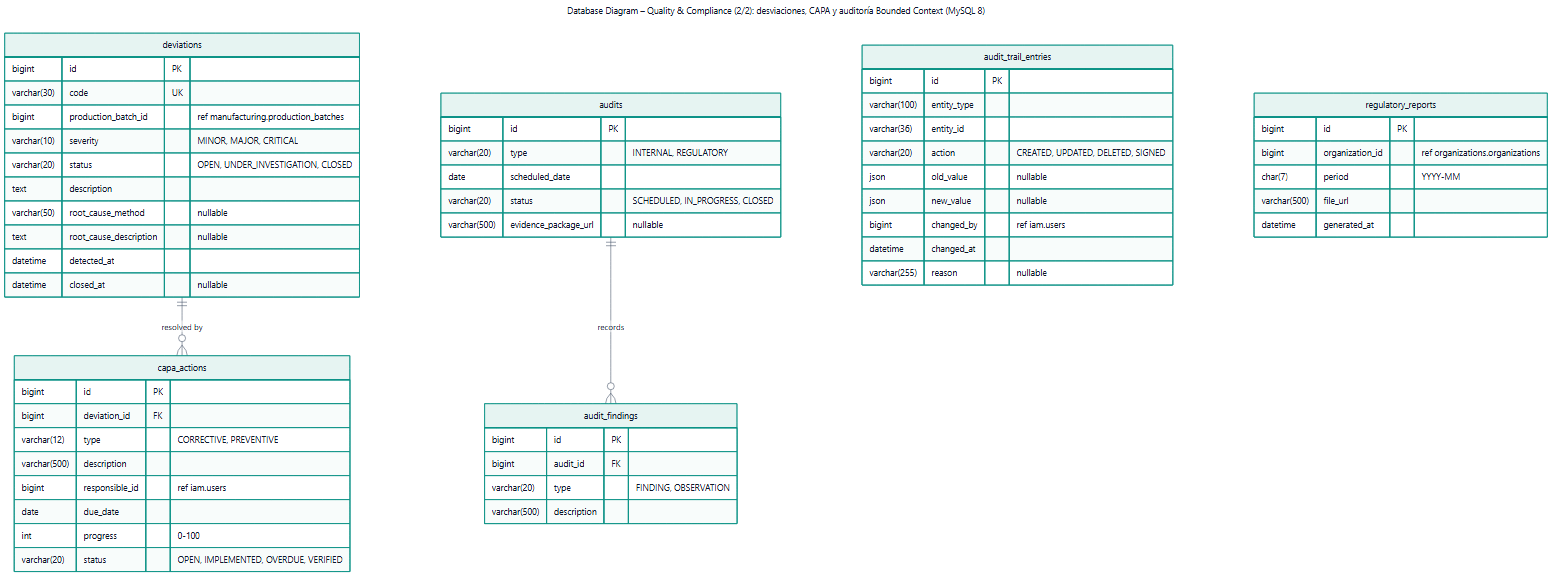
The Mermaid diagram assets/img/chapter4/database/db-06b-quality.png in danRO-20/SI, before a commit. Its source is kept beside it as assets/diagrams/mermaid/db-06b-quality.mmd. Its diagram source:
```mermaid
---
title: "Database Diagram – Quality & Compliance (2/2): desviaciones, CAPA y auditoría Bounded Context (MySQL 8)"
---
erDiagram
  deviations {
    bigint id PK
    varchar(30) code UK
    bigint production_batch_id "ref manufacturing.production_batches"
    varchar(10) severity "MINOR, MAJOR, CRITICAL"
    varchar(20) status "OPEN, UNDER_INVESTIGATION, CLOSED"
    text description
    varchar(50) root_cause_method "nullable"
    text root_cause_description "nullable"
    datetime detected_at
    datetime closed_at "nullable"
  }
  capa_actions {
    bigint id PK
    bigint deviation_id FK
    varchar(12) type "CORRECTIVE, PREVENTIVE"
    varchar(500) description
    bigint responsible_id "ref iam.users"
    date due_date
    int progress "0-100"
    varchar(20) status "OPEN, IMPLEMENTED, OVERDUE, VERIFIED"
  }
  audits {
    bigint id PK
    varchar(20) type "INTERNAL, REGULATORY"
    date scheduled_date
    varchar(20) status "SCHEDULED, IN_PROGRESS, CLOSED"
    varchar(500) evidence_package_url "nullable"
  }
  audit_findings {
    bigint id PK
    bigint audit_id FK
    varchar(20) type "FINDING, OBSERVATION"
    varchar(500) description
  }
  audit_trail_entries {
    bigint id PK
    varchar(100) entity_type
    varchar(36) entity_id
    varchar(20) action "CREATED, UPDATED, DELETED, SIGNED"
    json old_value "nullable"
    json new_value "nullable"
    bigint changed_by "ref iam.users"
    datetime changed_at
    varchar(255) reason "nullable"
  }
  regulatory_reports {
    bigint id PK
    bigint organization_id "ref organizations.organizations"
    char(7) period "YYYY-MM"
    varchar(500) file_url
    datetime generated_at
  }
  deviations ||--o{ capa_actions : "resolved by"
  audits ||--o{ audit_findings : "records"
```
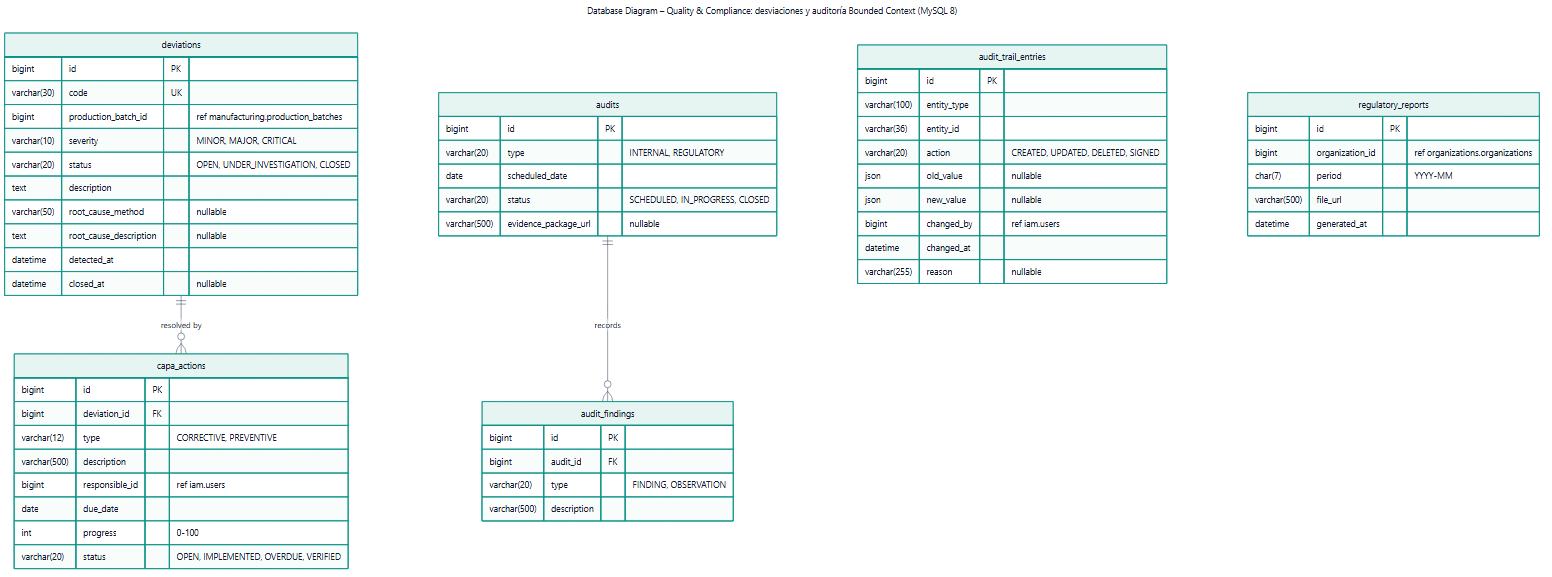
The same file after the commit.

The edit, as a diff of the source:
```diff
@@ -1,5 +1,5 @@
 ---
-title: "Database Diagram – Quality & Compliance (2/2): desviaciones, CAPA y auditoría Bounded Context (MySQL 8)"
+title: "Database Diagram – Quality & Compliance: desviaciones y auditoría Bounded Context (MySQL 8)"
 ---
 erDiagram
   deviations {
```
